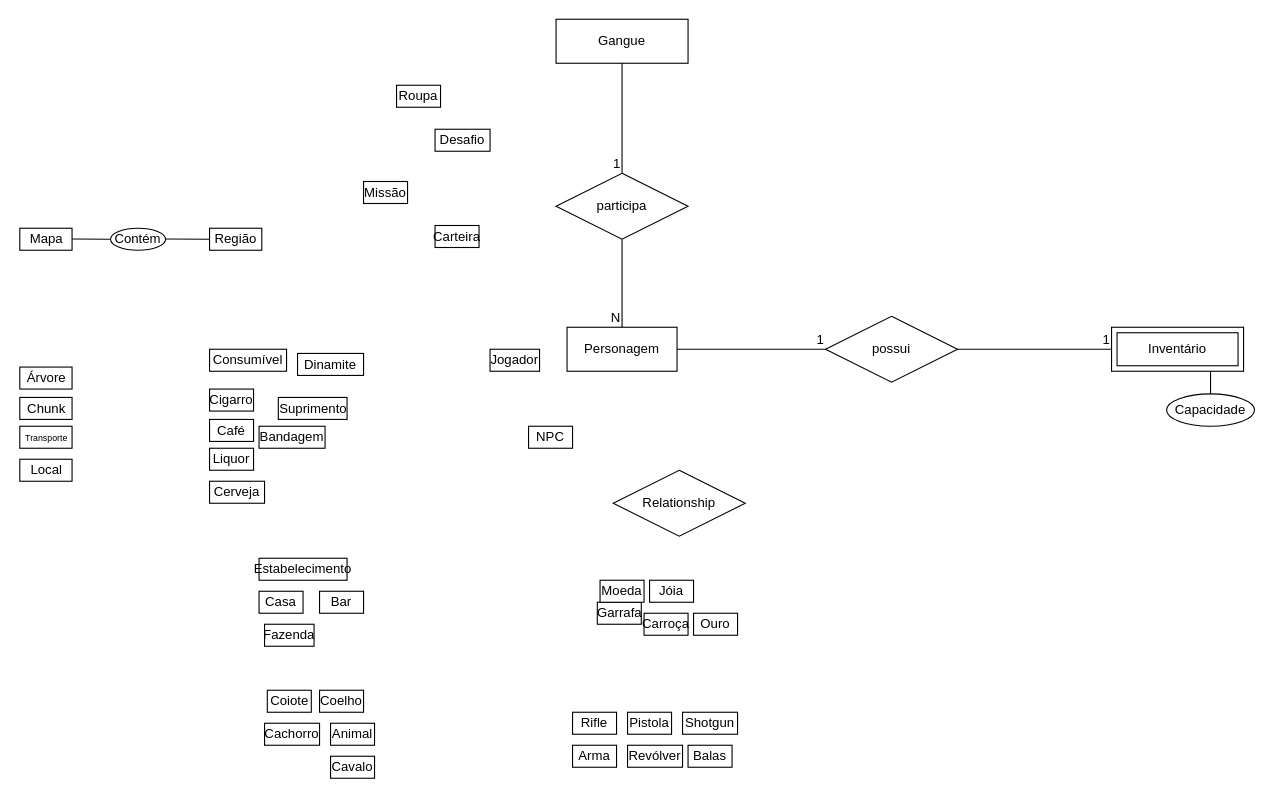
Before: assets/img/Untitled Diagram.drawio in SBD1/2024.1-Red_Dead_Redemption2, a draw.io diagram. Source tidied: cells renumbered, new cells numbered last; positions are measured from the earlier drawing's top-left corner, leaving out a move shared by most shapes. Both pictures are drawn from the tidied source at 110%, with x=0, y=0 at pixel (20, 19).
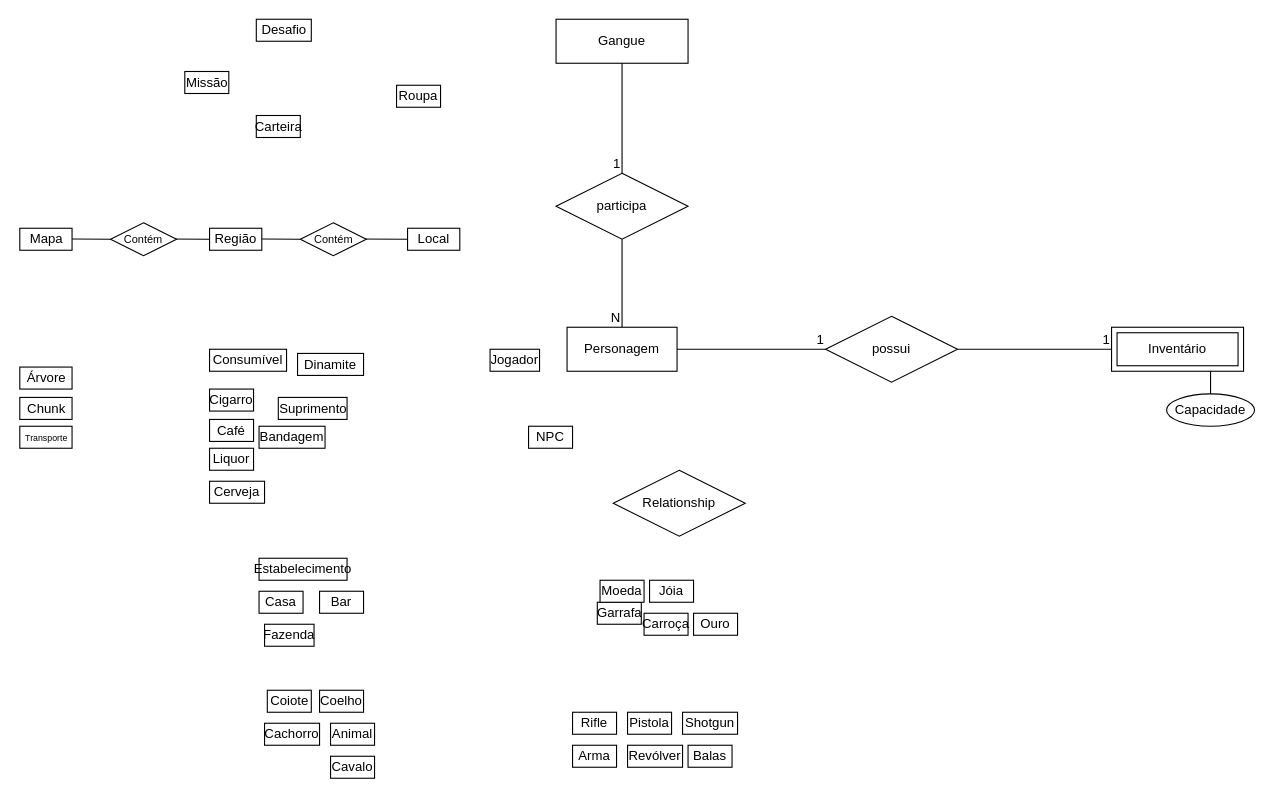
The same page after the edit.

Diff of the diagram source:
```diff
@@
     <mxCell id="20" value="Carteira" style="whiteSpace=wrap;html=1;" parent="1" vertex="1">
-      <mxGeometry x="377" y="187.5" width="40" height="20" as="geometry" />
+      <mxGeometry x="214.5" y="87.5" width="40" height="20" as="geometry" />
     </mxCell>
@@
     <mxCell id="28" value="Missão" style="whiteSpace=wrap;html=1;" parent="1" vertex="1">
-      <mxGeometry x="312" y="147.5" width="40" height="20" as="geometry" />
+      <mxGeometry x="149.5" y="47.5" width="40" height="20" as="geometry" />
     </mxCell>
     <mxCell id="29" value="Desafio" style="whiteSpace=wrap;html=1;" parent="1" vertex="1">
-      <mxGeometry x="377" y="100" width="50" height="20" as="geometry" />
+      <mxGeometry x="214.5" width="50" height="20" as="geometry" />
     </mxCell>
@@
     <mxCell id="49" value="Local" style="whiteSpace=wrap;html=1;align=center;" parent="1" vertex="1">
-      <mxGeometry x="-0.5" y="400" width="47.5" height="20" as="geometry" />
+      <mxGeometry x="352" y="190" width="47.5" height="20" as="geometry" />
     </mxCell>
-    <mxCell id="50" value="Contém" style="ellipse;whiteSpace=wrap;html=1;align=center;" parent="1" vertex="1">
-      <mxGeometry x="82" y="190" width="50" height="20" as="geometry" />
-    </mxCell>
@@
-    <mxCell id="57" style="endArrow=none;html=1;rounded=0;entryX=0;entryY=0.5;entryDx=0;entryDy=0;" parent="1" edge="1" target="50">
+    <mxCell id="57" style="endArrow=none;html=1;rounded=0;entryX=0;entryY=0.5;entryDx=0;entryDy=0;" parent="1" edge="1">
       <mxGeometry relative="1" as="geometry">
         <mxPoint x="47" y="199.8" as="sourcePoint" />
+        <mxPoint x="82" y="200" as="targetPoint" />
       </mxGeometry>
     </mxCell>
@@
+    <mxCell id="61" value="&lt;font style=&quot;font-size: 10px;&quot;&gt;Contém&lt;/font&gt;" style="shape=rhombus;perimeter=rhombusPerimeter;whiteSpace=wrap;html=1;align=center;" parent="1" vertex="1">
+      <mxGeometry x="82" y="185" width="60" height="30" as="geometry" />
+    </mxCell>
@@
+    <mxCell id="62" style="endArrow=none;html=1;rounded=0;entryX=0;entryY=0.5;entryDx=0;entryDy=0;" parent="1" edge="1">
+      <mxGeometry relative="1" as="geometry">
+        <mxPoint x="219.5" y="199.8" as="sourcePoint" />
+        <mxPoint x="254.5" y="200" as="targetPoint" />
+      </mxGeometry>
+    </mxCell>
@@
+    <mxCell id="63" style="endArrow=none;html=1;rounded=0;entryX=0;entryY=0.5;entryDx=0;entryDy=0;" parent="1" edge="1" target="49">
+      <mxGeometry relative="1" as="geometry">
+        <mxPoint x="304.5" y="199.8" as="sourcePoint" />
+      </mxGeometry>
+    </mxCell>
+    <mxCell id="64" value="&lt;font style=&quot;font-size: 10px;&quot;&gt;Contém&lt;/font&gt;" style="shape=rhombus;perimeter=rhombusPerimeter;whiteSpace=wrap;html=1;align=center;" parent="1" vertex="1">
+      <mxGeometry x="254.5" y="185" width="60" height="30" as="geometry" />
+    </mxCell>
```
